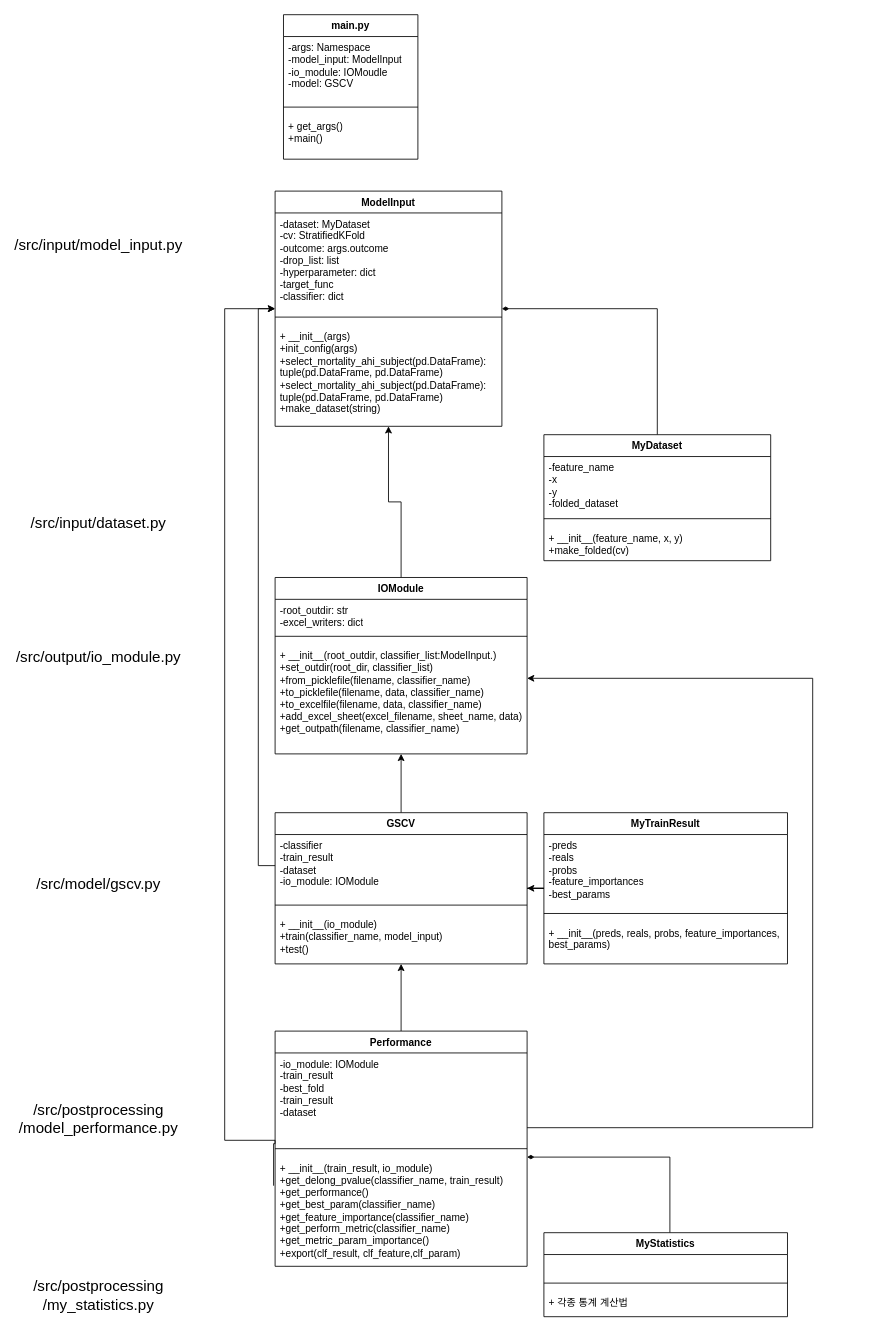
Before: docs/OSA-Mortality-Prediction.drawio in jimmylegendary/First-Project, a draw.io diagram. Source tidied: cells renumbered, new cells numbered last; positions are measured from the earlier drawing's top-left corner, leaving out a move shared by most shapes. Both pictures are drawn from the tidied source at 84%, with x=0, y=0 at pixel (31, 14).
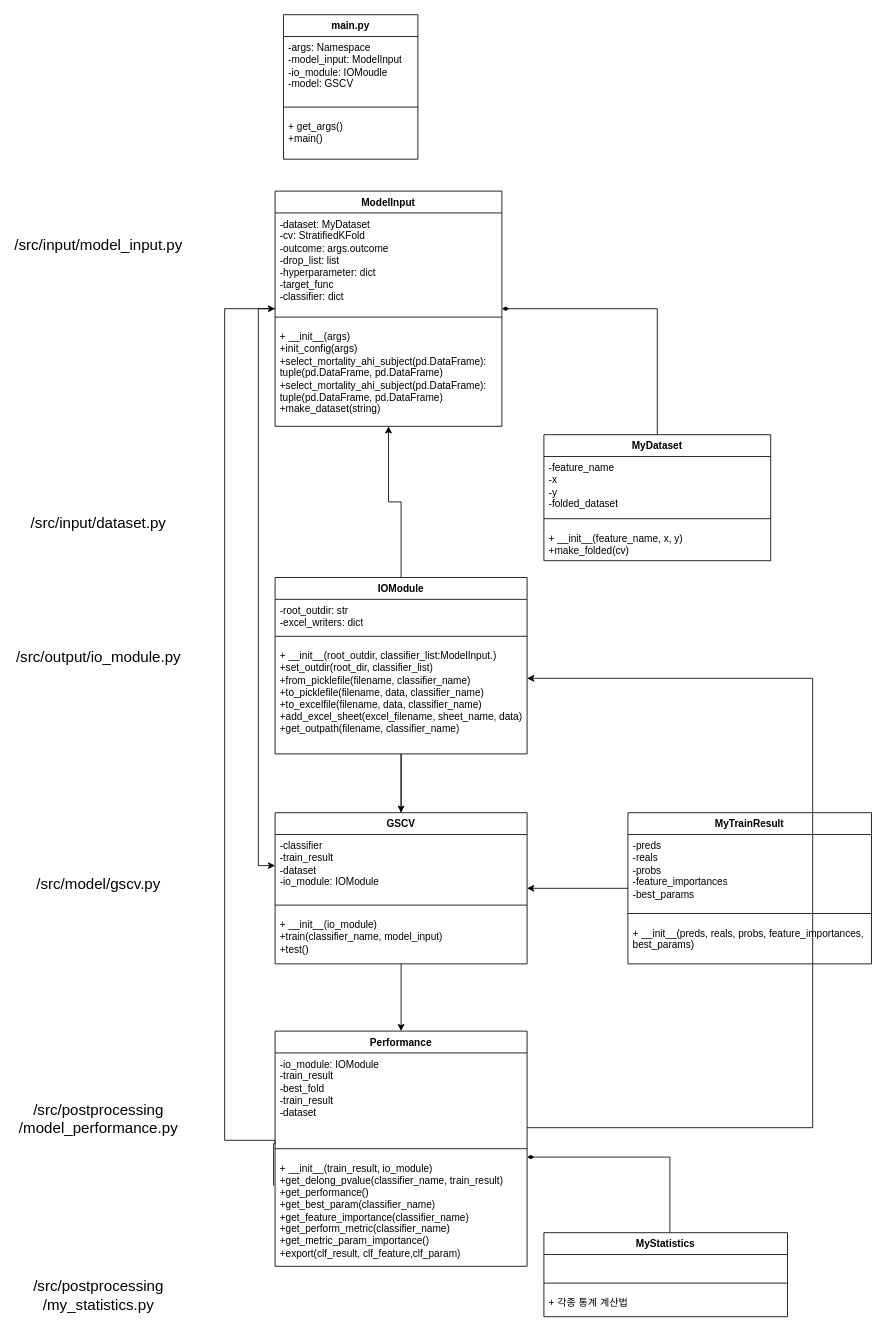
The same diagram, later.

The change refers to these unchanged cells:
```xml
<mxCell id="6" value="ModelInput" style="swimlane;fontStyle=1;align=center;verticalAlign=top;horizontal=1;startSize=26;whiteSpace=wrap;html=1;" parent="1" vertex="1">
  <mxGeometry x="290" y="210" width="270" height="280" as="geometry" />
</mxCell>
<mxCell id="16" value="IOModule" style="swimlane;fontStyle=1;align=center;verticalAlign=top;horizontal=1;startSize=26;whiteSpace=wrap;html=1;" parent="1" vertex="1">
  <mxGeometry x="290" y="670" width="300" height="210" as="geometry" />
</mxCell>
<mxCell id="19" value="+ __init__(root_outdir, classifier_list:ModelInput.)&lt;div&gt;+set_outdir(root_dir, classifier_list)&lt;/div&gt;&lt;div&gt;+from_picklefile(filename, classifier_name)&lt;/div&gt;&lt;div&gt;+to_picklefile(filename, data, classifier_name)&lt;br&gt;&lt;/div&gt;&lt;div&gt;+to_excelfile(filename, data, classifier_name)&lt;br&gt;&lt;/div&gt;&lt;div&gt;+add_excel_sheet(excel_filename, sheet_name, data)&lt;br&gt;&lt;/div&gt;&lt;div&gt;+get_outpath(filename, classifier_name)&lt;/div&gt;" style="text;strokeColor=none;fillColor=none;align=left;verticalAlign=top;spacingLeft=4;spacingRight=4;overflow=hidden;points=[[0,0.5],[1,0.5]];portConstraint=eastwest;whiteSpace=wrap;html=1;" parent="16" vertex="1">
  <mxGeometry y="80" width="300" height="130" as="geometry" />
</mxCell>
<mxCell id="21" value="GSCV" style="swimlane;fontStyle=1;align=center;verticalAlign=top;horizontal=1;startSize=26;whiteSpace=wrap;html=1;" parent="1" vertex="1">
  <mxGeometry x="290" y="950" width="300" height="180" as="geometry" />
</mxCell>
<mxCell id="22" value="&lt;div&gt;&lt;span style=&quot;background-color: initial;&quot;&gt;-classifier&lt;/span&gt;&lt;br&gt;&lt;/div&gt;&lt;div&gt;-train_result&lt;/div&gt;&lt;div&gt;-dataset&lt;/div&gt;&lt;div&gt;-io_module: IOModule&lt;/div&gt;" style="text;strokeColor=none;fillColor=none;align=left;verticalAlign=top;spacingLeft=4;spacingRight=4;overflow=hidden;points=[[0,0.5],[1,0.5]];portConstraint=eastwest;whiteSpace=wrap;html=1;" parent="21" vertex="1">
  <mxGeometry y="26" width="300" height="74" as="geometry" />
</mxCell>
<mxCell id="34" value="Performance" style="swimlane;fontStyle=1;align=center;verticalAlign=top;horizontal=1;startSize=26;whiteSpace=wrap;html=1;" parent="1" vertex="1">
  <mxGeometry x="290" y="1210" width="300" height="280" as="geometry" />
</mxCell>
```

Diff of the diagram source:
```diff
@@
+    <mxCell id="49" style="edgeStyle=none;html=1;" parent="1" edge="1" source="16" target="22">
+      <mxGeometry relative="1" as="geometry" />
+    </mxCell>
@@
-    <mxCell id="20" style="edgeStyle=orthogonalEdgeStyle;rounded=0;jettySize=auto;html=1;" parent="1" edge="1" source="21" target="16">
-      <mxGeometry relative="1" as="geometry" />
-    </mxCell>
+    <mxCell id="50" style="edgeStyle=none;html=1;exitX=0.5;exitY=0;exitDx=0;exitDy=0;startArrow=classic;startFill=1;endArrow=none;endFill=0;" parent="1" edge="1" source="21" target="19">
+      <mxGeometry relative="1" as="geometry" />
+    </mxCell>
+    <mxCell id="51" style="edgeStyle=none;html=1;startArrow=none;startFill=0;endArrow=classic;endFill=1;entryX=0.5;entryY=0;entryDx=0;entryDy=0;" parent="1" edge="1" source="21" target="34">
+      <mxGeometry relative="1" as="geometry" />
+    </mxCell>
@@
     <mxCell id="26" value="MyTrainResult" style="swimlane;fontStyle=1;align=center;verticalAlign=top;horizontal=1;startSize=26;whiteSpace=wrap;html=1;" parent="1" vertex="1">
-      <mxGeometry x="610" y="950" width="290" height="180" as="geometry" />
+      <mxGeometry x="710" y="950" width="290" height="180" as="geometry" />
     </mxCell>
@@
-    <mxCell id="30" style="edgeStyle=orthogonalEdgeStyle;rounded=0;jettySize=auto;html=1;entryX=0;entryY=0.5;entryDx=0;entryDy=0;" parent="1" edge="1" source="22" target="6">
+    <mxCell id="30" style="edgeStyle=orthogonalEdgeStyle;rounded=0;jettySize=auto;html=1;entryX=0;entryY=0.5;entryDx=0;entryDy=0;endArrow=none;endFill=0;startArrow=classic;startFill=1;" parent="1" edge="1" source="22" target="6">
       <mxGeometry relative="1" as="geometry" />
     </mxCell>
@@
-    <mxCell id="33" style="edgeStyle=orthogonalEdgeStyle;rounded=0;jettySize=auto;html=1;" parent="1" edge="1" source="34" target="21">
-      <mxGeometry relative="1" as="geometry" />
-    </mxCell>
```
